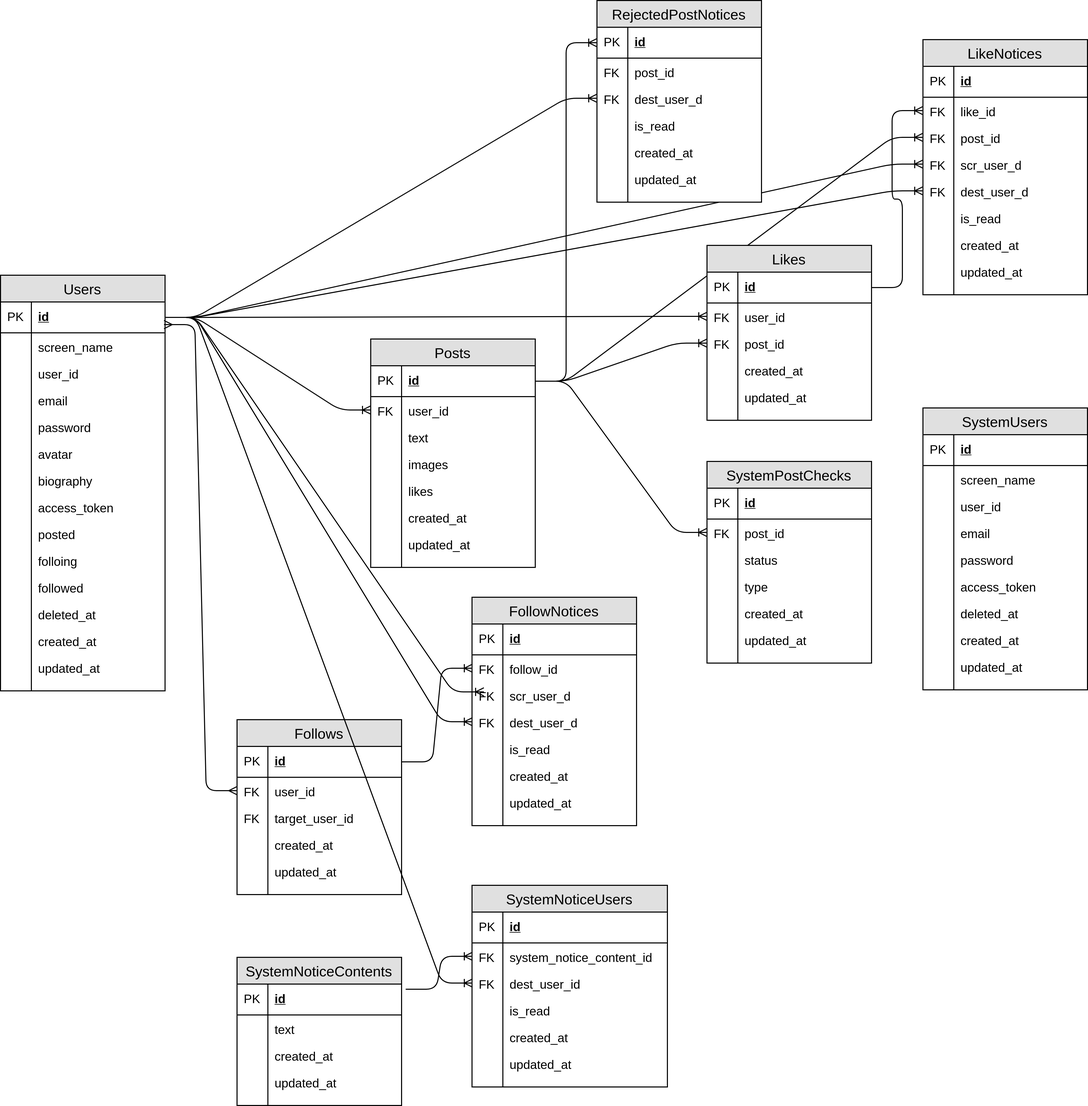
Above: images/db-design/E-Rdiagram.png in uyupun-archive/menstagram-docs (draw.io), before the change. Source tidied: cells renumbered, new cells last; positions are measured from the earlier drawing's top-left corner, leaving out a move shared by most shapes.
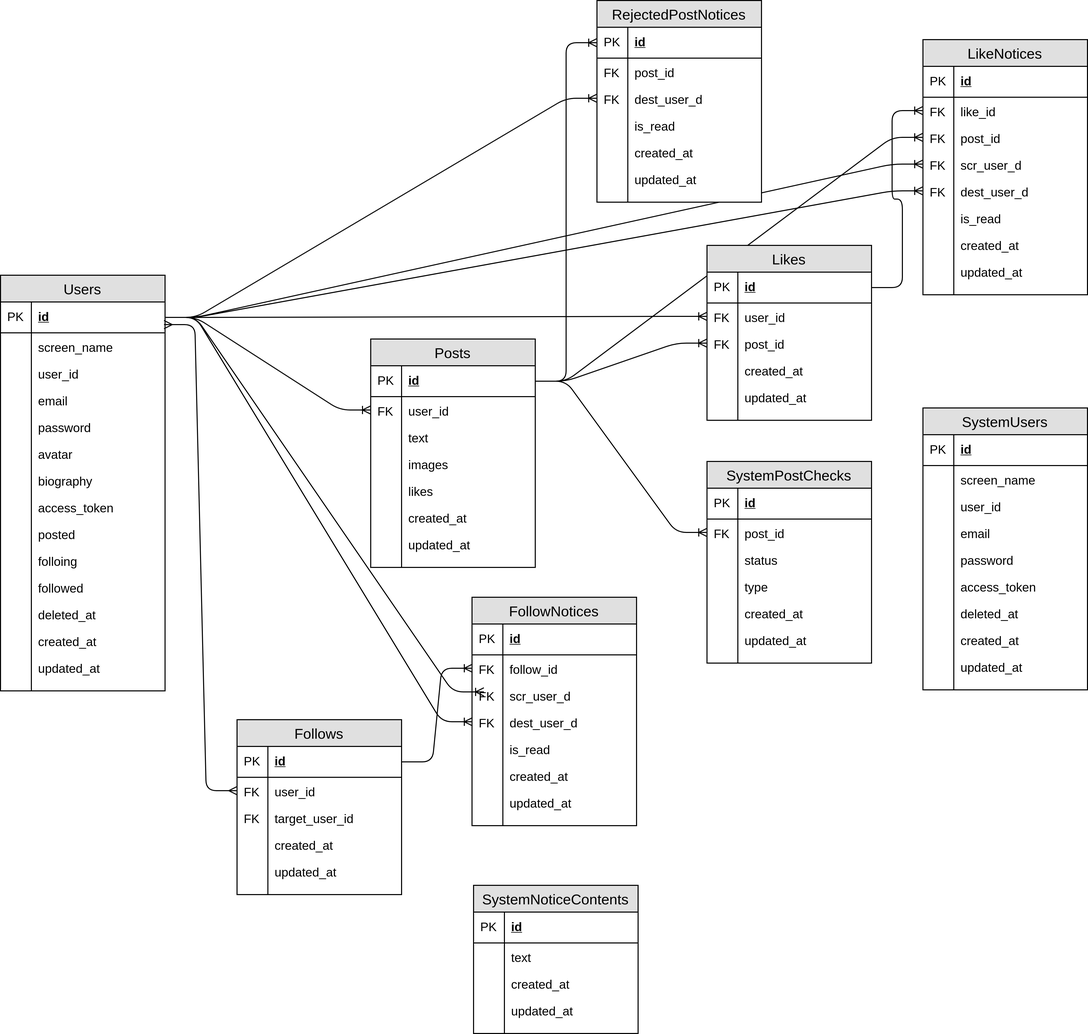
The same diagram one commit later.

Change to the diagram source:
```diff
@@ -357,7 +357,7 @@
       <mxGeometry width="30" height="10" as="geometry" />
     </mxCell>
     <mxCell id="120" value="SystemNoticeContents" style="swimlane;fontStyle=0;horizontal=1;startSize=26;fillColor=#e0e0e0;swimlaneFillColor=#ffffff;align=center;fontSize=14;" parent="1" vertex="1">
-      <mxGeometry x="230" y="930" width="160" height="144" as="geometry" />
+      <mxGeometry x="460" y="860" width="160" height="144" as="geometry" />
     </mxCell>
     <mxCell id="121" value="id" style="shape=partialRectangle;top=0;left=0;right=0;bottom=1;align=left;verticalAlign=middle;fillColor=none;spacingLeft=34;spacingRight=4;overflow=hidden;points=[[0,0.5],[1,0.5]];portConstraint=eastwest;fontStyle=5;fontSize=12;" parent="120" vertex="1">
       <mxGeometry y="26" width="160" height="30" as="geometry" />
@@ -511,57 +511,6 @@
     <mxCell id="170" style="shape=partialRectangle;top=0;left=0;bottom=0;fillColor=none;align=left;verticalAlign=top;spacingLeft=4;spacingRight=4;overflow=hidden;fontSize=12;" parent="169" vertex="1">
       <mxGeometry width="30" height="10" as="geometry" />
     </mxCell>
-    <mxCell id="171" value="SystemNoticeUsers" style="swimlane;fontStyle=0;horizontal=1;startSize=26;fillColor=#e0e0e0;swimlaneFillColor=#ffffff;align=center;fontSize=14;" parent="1" vertex="1">
-      <mxGeometry x="458.5" y="860" width="190" height="196" as="geometry" />
-    </mxCell>
-    <mxCell id="172" value="id" style="shape=partialRectangle;top=0;left=0;right=0;bottom=1;align=left;verticalAlign=middle;fillColor=none;spacingLeft=34;spacingRight=4;overflow=hidden;fontStyle=5;fontSize=12;" parent="171" vertex="1">
-      <mxGeometry y="26" width="190" height="30" as="geometry" />
-    </mxCell>
-    <mxCell id="173" value="PK" style="shape=partialRectangle;top=0;left=0;bottom=0;fillColor=none;align=left;verticalAlign=middle;spacingLeft=4;spacingRight=4;overflow=hidden;fontSize=12;" parent="172" vertex="1">
-      <mxGeometry width="30" height="30" as="geometry" />
-    </mxCell>
-    <mxCell id="174" value="system_notice_content_id" style="shape=partialRectangle;top=0;left=0;right=0;bottom=0;align=left;verticalAlign=top;fillColor=none;spacingLeft=34;spacingRight=4;overflow=hidden;points=[[0,0.5],[1,0.5]];portConstraint=eastwest;fontSize=12;" parent="171" vertex="1">
-      <mxGeometry y="56" width="190" height="26" as="geometry" />
-    </mxCell>
-    <mxCell id="175" value="FK" style="shape=partialRectangle;top=0;left=0;bottom=0;fillColor=none;align=left;verticalAlign=top;spacingLeft=4;spacingRight=4;overflow=hidden;fontSize=12;" parent="174" vertex="1">
-      <mxGeometry width="30" height="26" as="geometry" />
-    </mxCell>
-    <mxCell id="176" value="dest_user_id" style="shape=partialRectangle;top=0;left=0;right=0;bottom=0;align=left;verticalAlign=top;fillColor=none;spacingLeft=34;spacingRight=4;overflow=hidden;points=[[0,0.5],[1,0.5]];portConstraint=eastwest;fontSize=12;" parent="171" vertex="1">
-      <mxGeometry y="82" width="190" height="26" as="geometry" />
-    </mxCell>
-    <mxCell id="177" value="FK" style="shape=partialRectangle;top=0;left=0;bottom=0;fillColor=none;align=left;verticalAlign=top;spacingLeft=4;spacingRight=4;overflow=hidden;fontSize=12;" parent="176" vertex="1">
-      <mxGeometry width="30" height="26" as="geometry" />
-    </mxCell>
-    <mxCell id="178" value="is_read" style="shape=partialRectangle;top=0;left=0;right=0;bottom=0;align=left;verticalAlign=top;fillColor=none;spacingLeft=34;spacingRight=4;overflow=hidden;fontSize=12;" parent="171" vertex="1">
-      <mxGeometry y="108" width="190" height="26" as="geometry" />
-    </mxCell>
-    <mxCell id="179" style="shape=partialRectangle;top=0;left=0;bottom=0;fillColor=none;align=left;verticalAlign=top;spacingLeft=4;spacingRight=4;overflow=hidden;fontSize=12;" parent="178" vertex="1">
-      <mxGeometry width="30" height="26" as="geometry" />
-    </mxCell>
-    <mxCell id="180" value="created_at" style="shape=partialRectangle;top=0;left=0;right=0;bottom=0;align=left;verticalAlign=top;fillColor=none;spacingLeft=34;spacingRight=4;overflow=hidden;fontSize=12;" parent="171" vertex="1">
-      <mxGeometry y="134" width="190" height="26" as="geometry" />
-    </mxCell>
-    <mxCell id="181" style="shape=partialRectangle;top=0;left=0;bottom=0;fillColor=none;align=left;verticalAlign=top;spacingLeft=4;spacingRight=4;overflow=hidden;fontSize=12;" parent="180" vertex="1">
-      <mxGeometry width="30" height="26" as="geometry" />
-    </mxCell>
-    <mxCell id="182" value="updated_at" style="shape=partialRectangle;top=0;left=0;right=0;bottom=0;align=left;verticalAlign=top;fillColor=none;spacingLeft=34;spacingRight=4;overflow=hidden;fontSize=12;" parent="171" vertex="1">
-      <mxGeometry y="160" width="190" height="26" as="geometry" />
-    </mxCell>
-    <mxCell id="183" style="shape=partialRectangle;top=0;left=0;bottom=0;fillColor=none;align=left;verticalAlign=top;spacingLeft=4;spacingRight=4;overflow=hidden;fontSize=12;" parent="182" vertex="1">
-      <mxGeometry width="30" height="26" as="geometry" />
-    </mxCell>
-    <mxCell id="184" style="shape=partialRectangle;top=0;left=0;right=0;bottom=0;align=left;verticalAlign=top;fillColor=none;spacingLeft=34;spacingRight=4;overflow=hidden;fontSize=12;" parent="171" vertex="1">
-      <mxGeometry y="186" width="190" height="10" as="geometry" />
-    </mxCell>
-    <mxCell id="185" style="shape=partialRectangle;top=0;left=0;bottom=0;fillColor=none;align=left;verticalAlign=top;spacingLeft=4;spacingRight=4;overflow=hidden;fontSize=12;" parent="184" vertex="1">
-      <mxGeometry width="30" height="10" as="geometry" />
-    </mxCell>
-    <mxCell id="186" style="edgeStyle=entityRelationEdgeStyle;fontSize=12;html=1;endArrow=ERoneToMany;entryX=0;entryY=0.5;entryDx=0;entryDy=0;exitX=1.025;exitY=0.167;exitDx=0;exitDy=0;exitPerimeter=0;" parent="1" edge="1" source="121" target="174">
-      <mxGeometry relative="1" as="geometry" />
-    </mxCell>
-    <mxCell id="187" style="edgeStyle=entityRelationEdgeStyle;fontSize=12;html=1;endArrow=ERoneToMany;exitX=1;exitY=0.5;exitDx=0;exitDy=0;entryX=0;entryY=0.5;entryDx=0;entryDy=0;" parent="1" edge="1" source="3" target="176">
-      <mxGeometry relative="1" as="geometry" />
-    </mxCell>
     <mxCell id="188" value="RejectedPostNotices" style="swimlane;fontStyle=0;horizontal=1;startSize=26;fillColor=#e0e0e0;swimlaneFillColor=#ffffff;align=center;fontSize=14;" parent="1" vertex="1">
       <mxGeometry x="580" width="160" height="196" as="geometry" />
     </mxCell>
```
